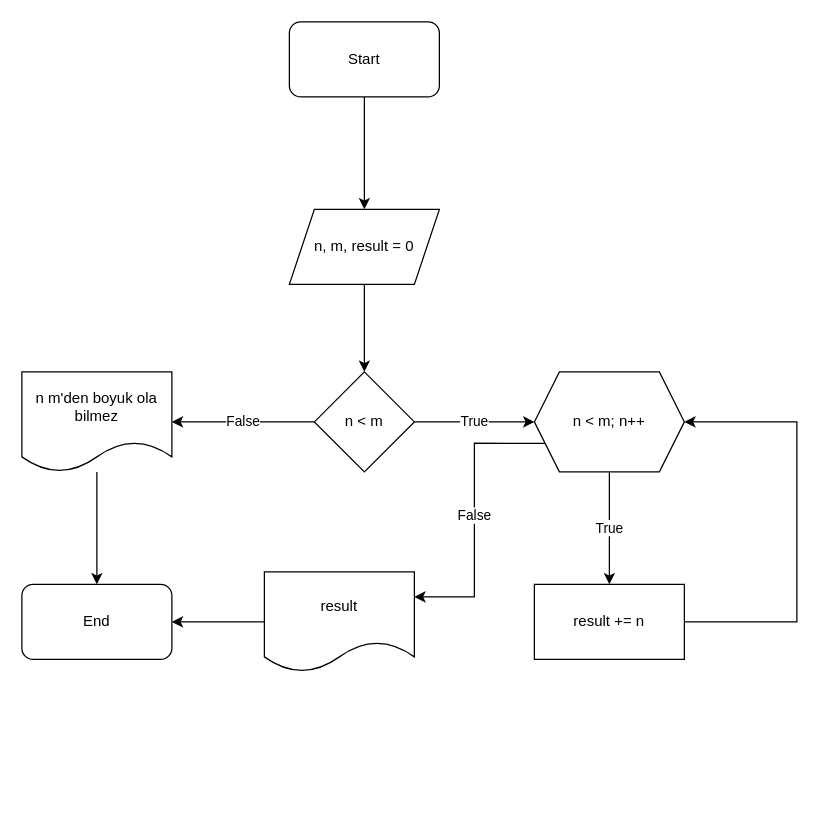
The draw.io diagram Tasks/Task 4/Task 4.drawio in Ali200119/Algoritm_Loop, before the edit. Source tidied: cells renumbered, new cells numbered last; positions are measured from the earlier drawing's top-left corner, leaving out a move shared by most shapes. Both pictures are drawn from the tidied source at 125%, with x=0, y=0 at pixel (21, 21).
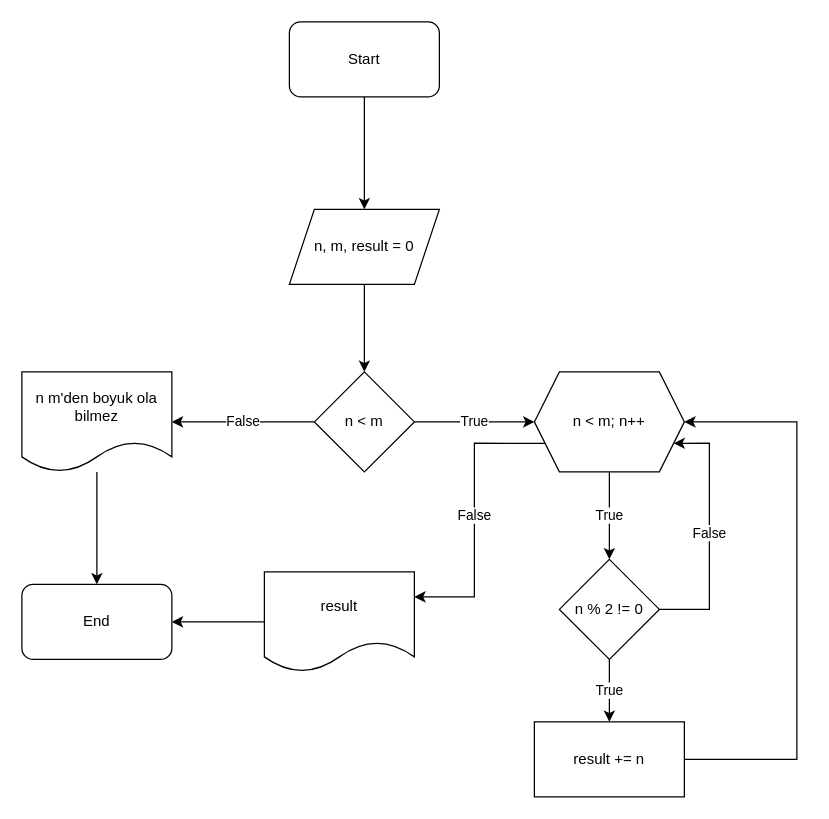
The same page after the edit.

Commit message (it also covers changes not shown here):
bug-fix: Task 4

Unchanged cells that the change refers to:
```xml
<mxCell id="13" value="n &amp;lt; m; n++" style="shape=hexagon;perimeter=hexagonPerimeter2;whiteSpace=wrap;html=1;fixedSize=1;" parent="1" vertex="1">
  <mxGeometry x="410" y="280" width="120" height="80" as="geometry" />
</mxCell>
```

The edit, as a diff of the source:
```diff
@@
-    <mxCell id="12" value="True" style="edgeStyle=orthogonalEdgeStyle;rounded=0;jettySize=auto;html=1;" parent="1" edge="1" source="13" target="15">
-      <mxGeometry relative="1" as="geometry" />
-    </mxCell>
+    <mxCell id="19" value="True" style="edgeStyle=orthogonalEdgeStyle;rounded=0;jettySize=auto;html=1;" parent="1" edge="1" source="13" target="22">
+      <mxGeometry relative="1" as="geometry" />
+    </mxCell>
@@
     <mxCell id="14" style="edgeStyle=orthogonalEdgeStyle;rounded=0;jettySize=auto;html=1;entryX=1;entryY=0.5;entryDx=0;entryDy=0;" parent="1" edge="1" source="15" target="13">
       <mxGeometry relative="1" as="geometry">
         <Array as="points">
-          <mxPoint x="620" y="480" />
+          <mxPoint x="620" y="590" />
           <mxPoint x="620" y="320" />
         </Array>
       </mxGeometry>
     </mxCell>
     <mxCell id="15" value="result += n" style="whiteSpace=wrap;html=1;" parent="1" vertex="1">
-      <mxGeometry x="410" y="450" width="120" height="60" as="geometry" />
+      <mxGeometry x="410" y="560" width="120" height="60" as="geometry" />
     </mxCell>
@@
+    <mxCell id="20" value="True" style="edgeStyle=orthogonalEdgeStyle;rounded=0;jettySize=auto;html=1;" parent="1" edge="1" source="22" target="15">
+      <mxGeometry relative="1" as="geometry" />
+    </mxCell>
+    <mxCell id="21" value="False" style="edgeStyle=orthogonalEdgeStyle;rounded=0;jettySize=auto;html=1;entryX=1;entryY=0.75;entryDx=0;entryDy=0;" parent="1" edge="1" source="22" target="13">
+      <mxGeometry relative="1" as="geometry">
+        <Array as="points">
+          <mxPoint x="550" y="470" />
+          <mxPoint x="550" y="337" />
+        </Array>
+      </mxGeometry>
+    </mxCell>
+    <mxCell id="22" value="n % 2 != 0" style="rhombus;whiteSpace=wrap;html=1;" parent="1" vertex="1">
+      <mxGeometry x="430" y="430" width="80" height="80" as="geometry" />
+    </mxCell>
```
